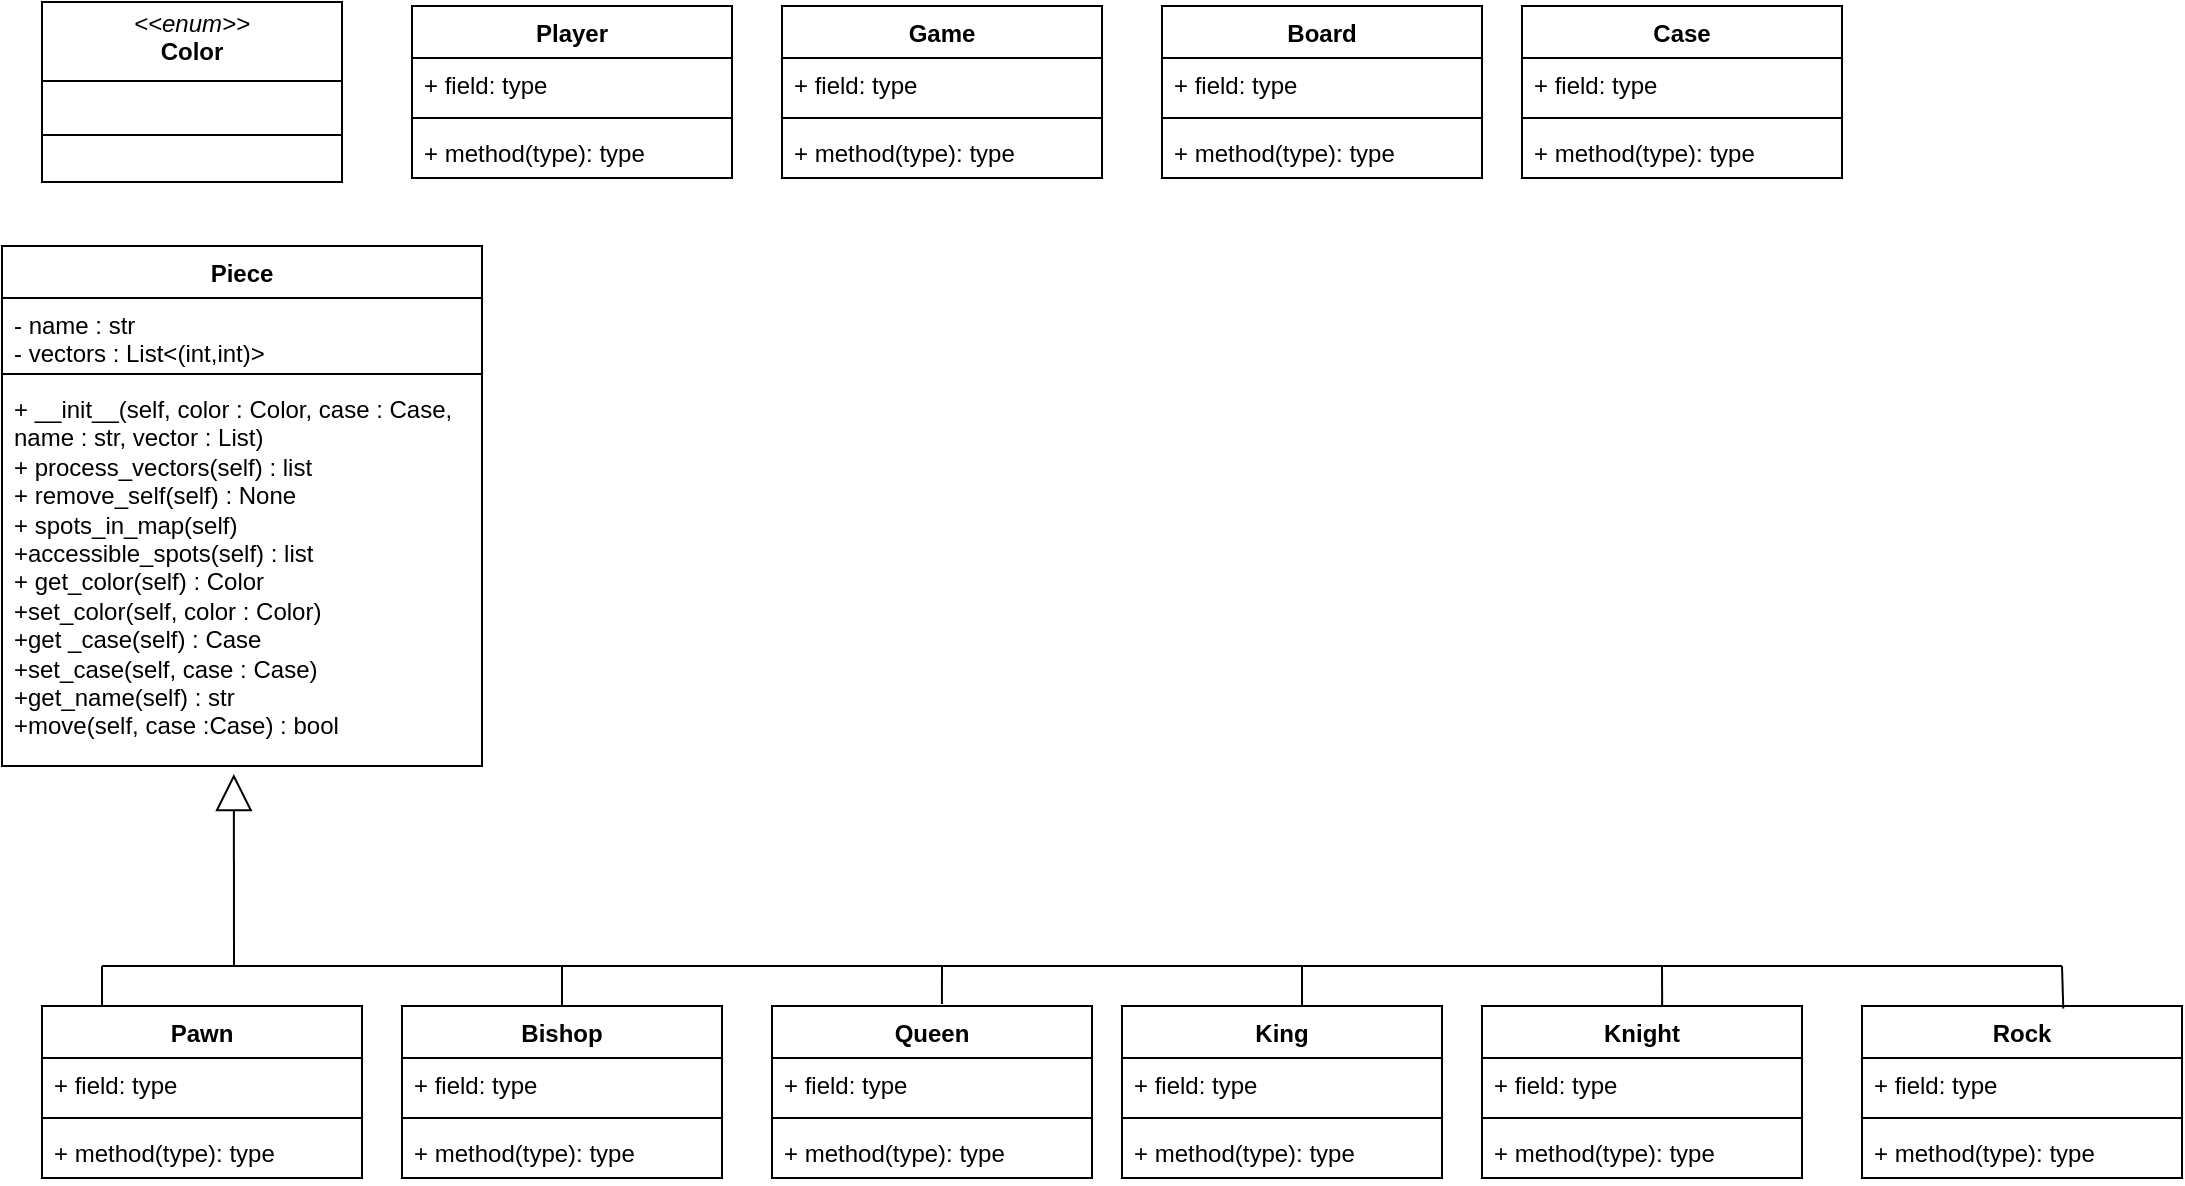
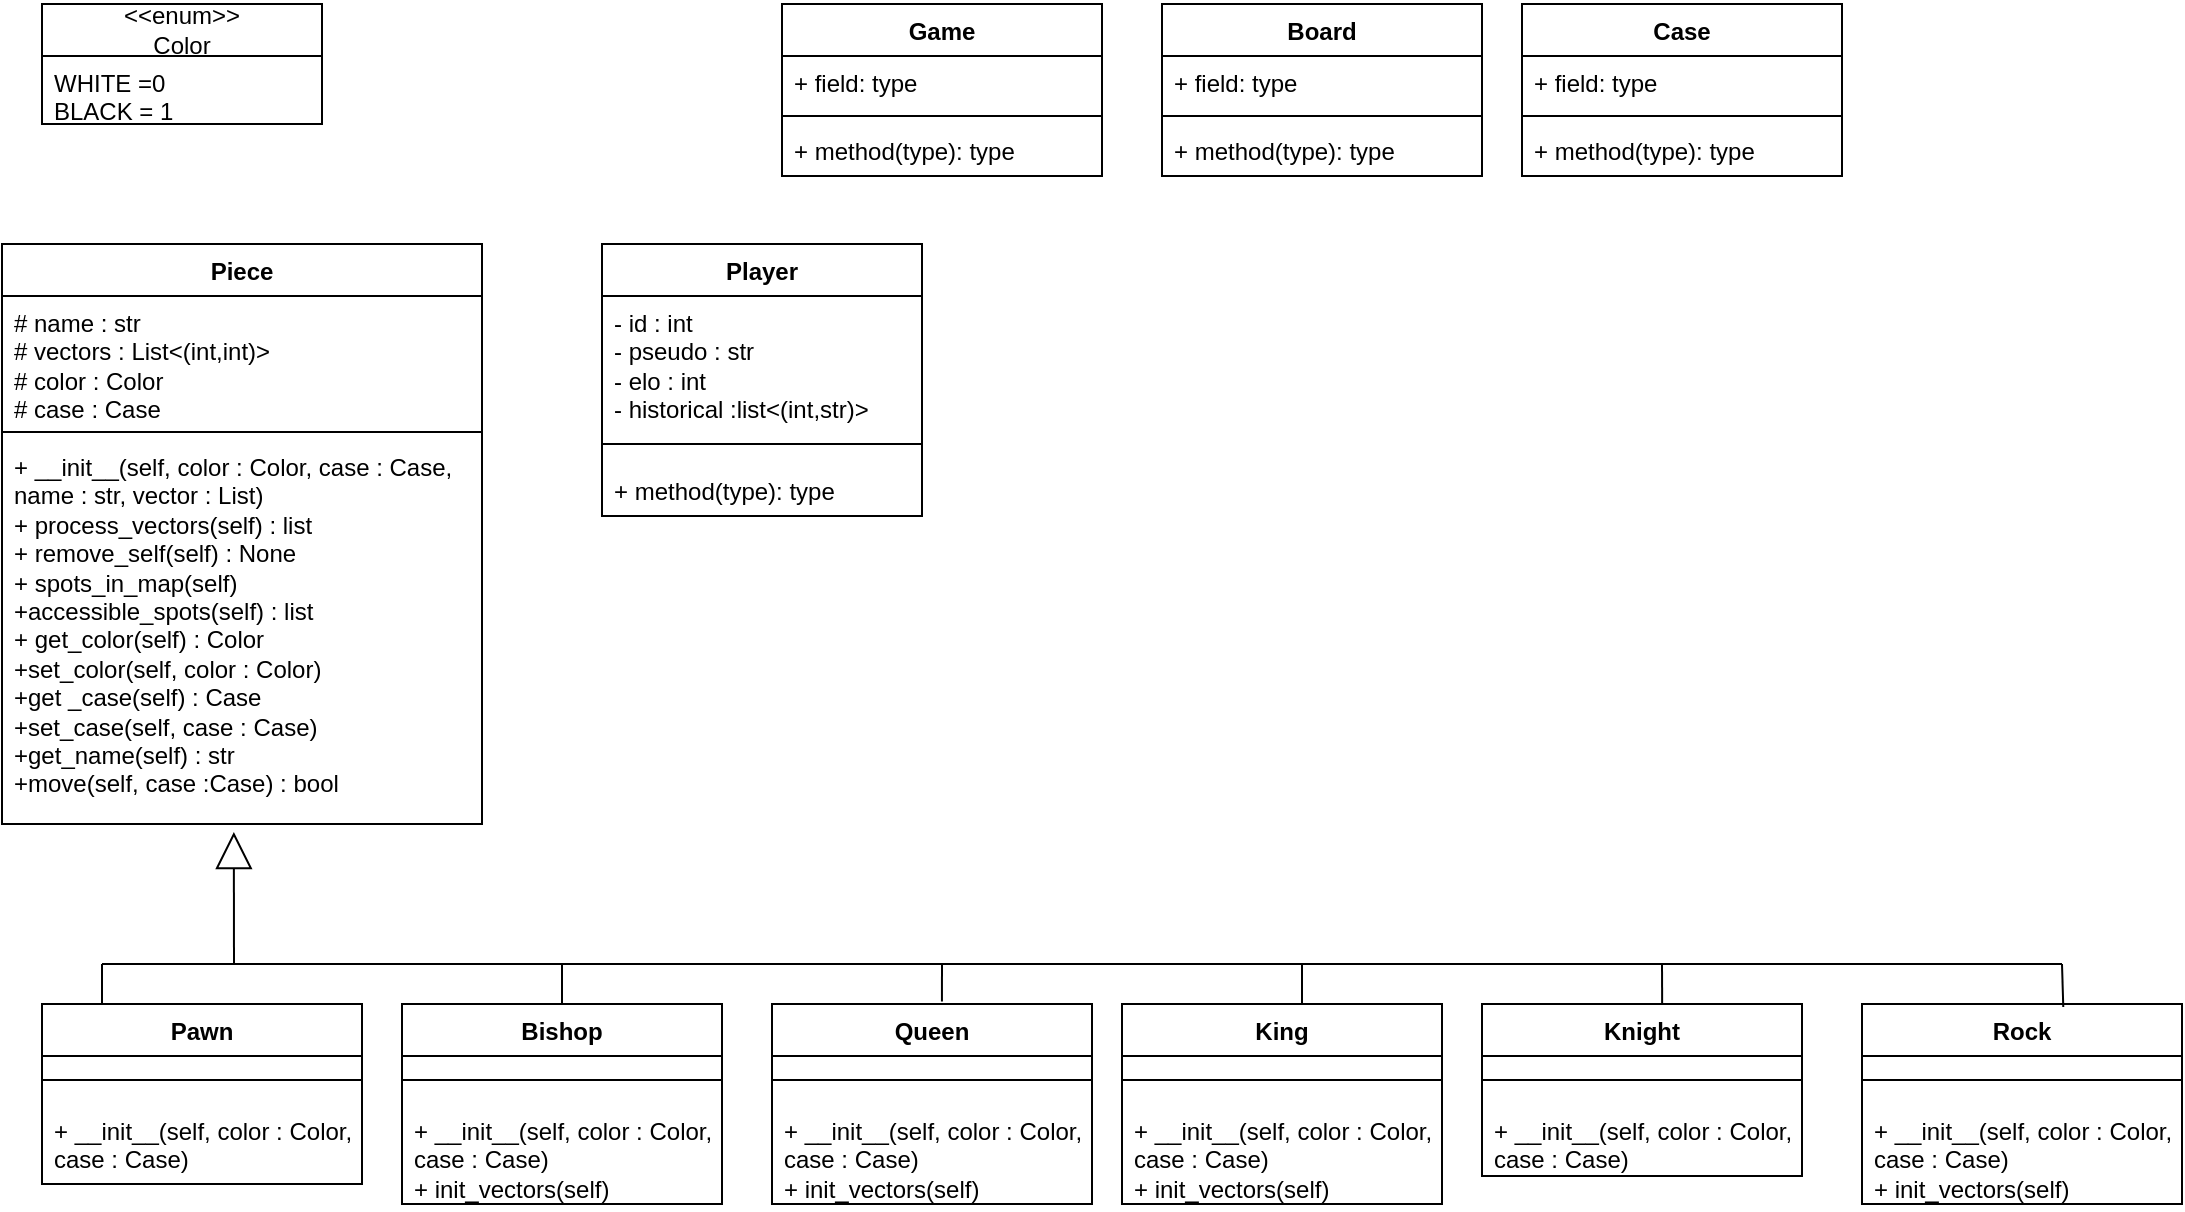
<mxfile host="app.diagrams.net" agent="Mozilla/5.0 (X11; Linux x86_64; rv:146.0) Gecko/20100101 Firefox/146.0" version="29.1.1">
  <diagram name="Page-1" id="ue2nzu8fp39hdbNQRuWm">
-     <mxGraphModel dx="877" dy="557" grid="1" gridSize="10" guides="1" tooltips="1" connect="1" arrows="1" fold="1" page="1" pageScale="1" pageWidth="1169" pageHeight="1654" math="0" shadow="0">
+     <mxGraphModel dx="1053" dy="668" grid="1" gridSize="10" guides="1" tooltips="1" connect="1" arrows="1" fold="1" page="1" pageScale="1" pageWidth="1169" pageHeight="1654" math="0" shadow="0">
      <root>
        <mxCell id="0" />
        <mxCell id="1" parent="0" />
        <mxCell id="S0ea2ZYKpIamfI4VXVso-1" parent="1" style="swimlane;fontStyle=1;align=center;verticalAlign=top;childLayout=stackLayout;horizontal=1;startSize=26;horizontalStack=0;resizeParent=1;resizeParentMax=0;resizeLast=0;collapsible=1;marginBottom=0;whiteSpace=wrap;html=1;" value="Player" vertex="1">
-           <mxGeometry height="86" width="160" x="255" y="120" as="geometry" />
+           <mxGeometry height="136" width="160" x="350" y="240" as="geometry" />
        </mxCell>
-         <mxCell id="S0ea2ZYKpIamfI4VXVso-2" parent="S0ea2ZYKpIamfI4VXVso-1" style="text;strokeColor=none;fillColor=none;align=left;verticalAlign=top;spacingLeft=4;spacingRight=4;overflow=hidden;rotatable=0;points=[[0,0.5],[1,0.5]];portConstraint=eastwest;whiteSpace=wrap;html=1;" value="+ field: type" vertex="1">
-           <mxGeometry height="26" width="160" y="26" as="geometry" />
+         <mxCell id="S0ea2ZYKpIamfI4VXVso-2" parent="S0ea2ZYKpIamfI4VXVso-1" style="text;strokeColor=none;fillColor=none;align=left;verticalAlign=top;spacingLeft=4;spacingRight=4;overflow=hidden;rotatable=0;points=[[0,0.5],[1,0.5]];portConstraint=eastwest;whiteSpace=wrap;html=1;" value="&lt;div&gt;- id : int&lt;/div&gt;&lt;div&gt;- pseudo : str&lt;/div&gt;&lt;div&gt;- elo : int&lt;/div&gt;&lt;div&gt;- historical :list&amp;lt;(int,str)&amp;gt;&lt;/div&gt;" vertex="1">
+           <mxGeometry height="64" width="160" y="26" as="geometry" />
        </mxCell>
        <mxCell id="S0ea2ZYKpIamfI4VXVso-3" parent="S0ea2ZYKpIamfI4VXVso-1" style="line;strokeWidth=1;fillColor=none;align=left;verticalAlign=middle;spacingTop=-1;spacingLeft=3;spacingRight=3;rotatable=0;labelPosition=right;points=[];portConstraint=eastwest;strokeColor=inherit;" value="" vertex="1">
-           <mxGeometry height="8" width="160" y="52" as="geometry" />
+           <mxGeometry height="20" width="160" y="90" as="geometry" />
        </mxCell>
        <mxCell id="S0ea2ZYKpIamfI4VXVso-4" parent="S0ea2ZYKpIamfI4VXVso-1" style="text;strokeColor=none;fillColor=none;align=left;verticalAlign=top;spacingLeft=4;spacingRight=4;overflow=hidden;rotatable=0;points=[[0,0.5],[1,0.5]];portConstraint=eastwest;whiteSpace=wrap;html=1;" value="+ method(type): type" vertex="1">
-           <mxGeometry height="26" width="160" y="60" as="geometry" />
+           <mxGeometry height="26" width="160" y="110" as="geometry" />
        </mxCell>
        <mxCell id="S0ea2ZYKpIamfI4VXVso-5" parent="1" style="swimlane;fontStyle=1;align=center;verticalAlign=top;childLayout=stackLayout;horizontal=1;startSize=26;horizontalStack=0;resizeParent=1;resizeParentMax=0;resizeLast=0;collapsible=1;marginBottom=0;whiteSpace=wrap;html=1;" value="Game" vertex="1">
          <mxGeometry height="86" width="160" x="440" y="120" as="geometry" />
        </mxCell>
        <mxCell id="S0ea2ZYKpIamfI4VXVso-6" parent="S0ea2ZYKpIamfI4VXVso-5" style="text;strokeColor=none;fillColor=none;align=left;verticalAlign=top;spacingLeft=4;spacingRight=4;overflow=hidden;rotatable=0;points=[[0,0.5],[1,0.5]];portConstraint=eastwest;whiteSpace=wrap;html=1;" value="+ field: type" vertex="1">
          <mxGeometry height="26" width="160" y="26" as="geometry" />
        </mxCell>
        <mxCell id="S0ea2ZYKpIamfI4VXVso-7" parent="S0ea2ZYKpIamfI4VXVso-5" style="line;strokeWidth=1;fillColor=none;align=left;verticalAlign=middle;spacingTop=-1;spacingLeft=3;spacingRight=3;rotatable=0;labelPosition=right;points=[];portConstraint=eastwest;strokeColor=inherit;" value="" vertex="1">
          <mxGeometry height="8" width="160" y="52" as="geometry" />
        </mxCell>
        <mxCell id="S0ea2ZYKpIamfI4VXVso-8" parent="S0ea2ZYKpIamfI4VXVso-5" style="text;strokeColor=none;fillColor=none;align=left;verticalAlign=top;spacingLeft=4;spacingRight=4;overflow=hidden;rotatable=0;points=[[0,0.5],[1,0.5]];portConstraint=eastwest;whiteSpace=wrap;html=1;" value="+ method(type): type" vertex="1">
          <mxGeometry height="26" width="160" y="60" as="geometry" />
        </mxCell>
        <mxCell id="S0ea2ZYKpIamfI4VXVso-9" parent="1" style="swimlane;fontStyle=1;align=center;verticalAlign=top;childLayout=stackLayout;horizontal=1;startSize=26;horizontalStack=0;resizeParent=1;resizeParentMax=0;resizeLast=0;collapsible=1;marginBottom=0;whiteSpace=wrap;html=1;" value="Board" vertex="1">
          <mxGeometry height="86" width="160" x="630" y="120" as="geometry" />
        </mxCell>
        <mxCell id="S0ea2ZYKpIamfI4VXVso-10" parent="S0ea2ZYKpIamfI4VXVso-9" style="text;strokeColor=none;fillColor=none;align=left;verticalAlign=top;spacingLeft=4;spacingRight=4;overflow=hidden;rotatable=0;points=[[0,0.5],[1,0.5]];portConstraint=eastwest;whiteSpace=wrap;html=1;" value="+ field: type" vertex="1">
          <mxGeometry height="26" width="160" y="26" as="geometry" />
        </mxCell>
        <mxCell id="S0ea2ZYKpIamfI4VXVso-11" parent="S0ea2ZYKpIamfI4VXVso-9" style="line;strokeWidth=1;fillColor=none;align=left;verticalAlign=middle;spacingTop=-1;spacingLeft=3;spacingRight=3;rotatable=0;labelPosition=right;points=[];portConstraint=eastwest;strokeColor=inherit;" value="" vertex="1">
          <mxGeometry height="8" width="160" y="52" as="geometry" />
        </mxCell>
        <mxCell id="S0ea2ZYKpIamfI4VXVso-12" parent="S0ea2ZYKpIamfI4VXVso-9" style="text;strokeColor=none;fillColor=none;align=left;verticalAlign=top;spacingLeft=4;spacingRight=4;overflow=hidden;rotatable=0;points=[[0,0.5],[1,0.5]];portConstraint=eastwest;whiteSpace=wrap;html=1;" value="+ method(type): type" vertex="1">
          <mxGeometry height="26" width="160" y="60" as="geometry" />
        </mxCell>
-         <mxCell id="S0ea2ZYKpIamfI4VXVso-13" parent="1" style="verticalAlign=top;align=left;overflow=fill;html=1;whiteSpace=wrap;" value="&lt;p style=&quot;margin:0px;margin-top:4px;text-align:center;&quot;&gt;&lt;i&gt;&amp;lt;&amp;lt;enum&amp;gt;&amp;gt;&lt;/i&gt;&lt;br&gt;&lt;b&gt;Color&lt;/b&gt;&lt;/p&gt;&lt;hr size=&quot;1&quot; style=&quot;border-style:solid;&quot;&gt;&lt;br&gt;&lt;hr size=&quot;1&quot; style=&quot;border-style:solid;&quot;&gt;" vertex="1">
-           <mxGeometry height="90" width="150" x="70" y="118" as="geometry" />
-         </mxCell>
        <mxCell id="S0ea2ZYKpIamfI4VXVso-14" parent="1" style="swimlane;fontStyle=1;align=center;verticalAlign=top;childLayout=stackLayout;horizontal=1;startSize=26;horizontalStack=0;resizeParent=1;resizeParentMax=0;resizeLast=0;collapsible=1;marginBottom=0;whiteSpace=wrap;html=1;" value="Case" vertex="1">
          <mxGeometry height="86" width="160" x="810" y="120" as="geometry" />
        </mxCell>
        <mxCell id="S0ea2ZYKpIamfI4VXVso-15" parent="S0ea2ZYKpIamfI4VXVso-14" style="text;strokeColor=none;fillColor=none;align=left;verticalAlign=top;spacingLeft=4;spacingRight=4;overflow=hidden;rotatable=0;points=[[0,0.5],[1,0.5]];portConstraint=eastwest;whiteSpace=wrap;html=1;" value="+ field: type" vertex="1">
          <mxGeometry height="26" width="160" y="26" as="geometry" />
        </mxCell>
        <mxCell id="S0ea2ZYKpIamfI4VXVso-16" parent="S0ea2ZYKpIamfI4VXVso-14" style="line;strokeWidth=1;fillColor=none;align=left;verticalAlign=middle;spacingTop=-1;spacingLeft=3;spacingRight=3;rotatable=0;labelPosition=right;points=[];portConstraint=eastwest;strokeColor=inherit;" value="" vertex="1">
          <mxGeometry height="8" width="160" y="52" as="geometry" />
        </mxCell>
        <mxCell id="S0ea2ZYKpIamfI4VXVso-17" parent="S0ea2ZYKpIamfI4VXVso-14" style="text;strokeColor=none;fillColor=none;align=left;verticalAlign=top;spacingLeft=4;spacingRight=4;overflow=hidden;rotatable=0;points=[[0,0.5],[1,0.5]];portConstraint=eastwest;whiteSpace=wrap;html=1;" value="+ method(type): type" vertex="1">
          <mxGeometry height="26" width="160" y="60" as="geometry" />
        </mxCell>
        <mxCell id="S0ea2ZYKpIamfI4VXVso-18" parent="1" style="swimlane;fontStyle=1;align=center;verticalAlign=top;childLayout=stackLayout;horizontal=1;startSize=26;horizontalStack=0;resizeParent=1;resizeParentMax=0;resizeLast=0;collapsible=1;marginBottom=0;whiteSpace=wrap;html=1;" value="Piece" vertex="1">
-           <mxGeometry height="260" width="240" x="50" y="240" as="geometry" />
+           <mxGeometry height="290" width="240" x="50" y="240" as="geometry" />
        </mxCell>
-         <mxCell id="S0ea2ZYKpIamfI4VXVso-19" parent="S0ea2ZYKpIamfI4VXVso-18" style="text;strokeColor=none;fillColor=none;align=left;verticalAlign=top;spacingLeft=4;spacingRight=4;overflow=hidden;rotatable=0;points=[[0,0.5],[1,0.5]];portConstraint=eastwest;whiteSpace=wrap;html=1;" value="&lt;div&gt;- name : str&lt;/div&gt;&lt;div&gt;- vectors : List&amp;lt;(int,int)&amp;gt;&lt;/div&gt;" vertex="1">
-           <mxGeometry height="34" width="240" y="26" as="geometry" />
+         <mxCell id="S0ea2ZYKpIamfI4VXVso-19" parent="S0ea2ZYKpIamfI4VXVso-18" style="text;strokeColor=none;fillColor=none;align=left;verticalAlign=top;spacingLeft=4;spacingRight=4;overflow=hidden;rotatable=0;points=[[0,0.5],[1,0.5]];portConstraint=eastwest;whiteSpace=wrap;html=1;" value="&lt;div&gt;# name : str&lt;/div&gt;&lt;div&gt;# vectors : List&amp;lt;(int,int)&amp;gt;&lt;/div&gt;&lt;div&gt;# color : Color&lt;/div&gt;&lt;div&gt;# case : Case&lt;/div&gt;" vertex="1">
+           <mxGeometry height="64" width="240" y="26" as="geometry" />
        </mxCell>
        <mxCell id="S0ea2ZYKpIamfI4VXVso-20" parent="S0ea2ZYKpIamfI4VXVso-18" style="line;strokeWidth=1;fillColor=none;align=left;verticalAlign=middle;spacingTop=-1;spacingLeft=3;spacingRight=3;rotatable=0;labelPosition=right;points=[];portConstraint=eastwest;strokeColor=inherit;" value="" vertex="1">
-           <mxGeometry height="8" width="240" y="60" as="geometry" />
+           <mxGeometry height="8" width="240" y="90" as="geometry" />
        </mxCell>
        <mxCell id="S0ea2ZYKpIamfI4VXVso-21" parent="S0ea2ZYKpIamfI4VXVso-18" style="text;strokeColor=none;fillColor=none;align=left;verticalAlign=top;spacingLeft=4;spacingRight=4;overflow=hidden;rotatable=0;points=[[0,0.5],[1,0.5]];portConstraint=eastwest;whiteSpace=wrap;html=1;" value="&lt;div&gt;+ __init__(self, color : Color, case : Case, name : str, vector : List)&lt;/div&gt;&lt;div&gt;+ process_vectors(self) : list&lt;/div&gt;&lt;div&gt;+ remove_self(self) : None&lt;/div&gt;&lt;div&gt;+ spots_in_map(self)&lt;/div&gt;&lt;div&gt;+accessible_spots(self) : list&lt;/div&gt;&lt;div&gt;+ get_color(self) : Color&lt;/div&gt;&lt;div&gt;+set_color(self, color : Color)&lt;/div&gt;&lt;div&gt;+get _case(self) : Case&lt;/div&gt;&lt;div&gt;+set_case(self, case : Case)&lt;/div&gt;&lt;div&gt;+get_name(self) : str&lt;/div&gt;&lt;div&gt;+move(self, case :Case) : bool&lt;/div&gt;" vertex="1">
-           <mxGeometry height="192" width="240" y="68" as="geometry" />
+           <mxGeometry height="192" width="240" y="98" as="geometry" />
        </mxCell>
        <mxCell id="S0ea2ZYKpIamfI4VXVso-22" parent="1" style="swimlane;fontStyle=1;align=center;verticalAlign=top;childLayout=stackLayout;horizontal=1;startSize=26;horizontalStack=0;resizeParent=1;resizeParentMax=0;resizeLast=0;collapsible=1;marginBottom=0;whiteSpace=wrap;html=1;" value="Pawn" vertex="1">
-           <mxGeometry height="86" width="160" x="70" y="620" as="geometry" />
-         </mxCell>
-         <mxCell id="S0ea2ZYKpIamfI4VXVso-23" parent="S0ea2ZYKpIamfI4VXVso-22" style="text;strokeColor=none;fillColor=none;align=left;verticalAlign=top;spacingLeft=4;spacingRight=4;overflow=hidden;rotatable=0;points=[[0,0.5],[1,0.5]];portConstraint=eastwest;whiteSpace=wrap;html=1;" value="+ field: type" vertex="1">
-           <mxGeometry height="26" width="160" y="26" as="geometry" />
+           <mxGeometry height="90" width="160" x="70" y="620" as="geometry" />
        </mxCell>
        <mxCell id="S0ea2ZYKpIamfI4VXVso-24" parent="S0ea2ZYKpIamfI4VXVso-22" style="line;strokeWidth=1;fillColor=none;align=left;verticalAlign=middle;spacingTop=-1;spacingLeft=3;spacingRight=3;rotatable=0;labelPosition=right;points=[];portConstraint=eastwest;strokeColor=inherit;" value="" vertex="1">
-           <mxGeometry height="8" width="160" y="52" as="geometry" />
+           <mxGeometry height="24" width="160" y="26" as="geometry" />
        </mxCell>
-         <mxCell id="S0ea2ZYKpIamfI4VXVso-25" parent="S0ea2ZYKpIamfI4VXVso-22" style="text;strokeColor=none;fillColor=none;align=left;verticalAlign=top;spacingLeft=4;spacingRight=4;overflow=hidden;rotatable=0;points=[[0,0.5],[1,0.5]];portConstraint=eastwest;whiteSpace=wrap;html=1;" value="+ method(type): type" vertex="1">
-           <mxGeometry height="26" width="160" y="60" as="geometry" />
+         <mxCell id="S0ea2ZYKpIamfI4VXVso-25" parent="S0ea2ZYKpIamfI4VXVso-22" style="text;strokeColor=none;fillColor=none;align=left;verticalAlign=top;spacingLeft=4;spacingRight=4;overflow=hidden;rotatable=0;points=[[0,0.5],[1,0.5]];portConstraint=eastwest;whiteSpace=wrap;html=1;" value="&lt;div&gt;+ __init__(self, color : Color, case : Case)&lt;/div&gt;" vertex="1">
+           <mxGeometry height="40" width="160" y="50" as="geometry" />
        </mxCell>
        <mxCell id="S0ea2ZYKpIamfI4VXVso-27" parent="1" style="swimlane;fontStyle=1;align=center;verticalAlign=top;childLayout=stackLayout;horizontal=1;startSize=26;horizontalStack=0;resizeParent=1;resizeParentMax=0;resizeLast=0;collapsible=1;marginBottom=0;whiteSpace=wrap;html=1;" value="Bishop" vertex="1">
-           <mxGeometry height="86" width="160" x="250" y="620" as="geometry" />
-         </mxCell>
-         <mxCell id="S0ea2ZYKpIamfI4VXVso-28" parent="S0ea2ZYKpIamfI4VXVso-27" style="text;strokeColor=none;fillColor=none;align=left;verticalAlign=top;spacingLeft=4;spacingRight=4;overflow=hidden;rotatable=0;points=[[0,0.5],[1,0.5]];portConstraint=eastwest;whiteSpace=wrap;html=1;" value="+ field: type" vertex="1">
-           <mxGeometry height="26" width="160" y="26" as="geometry" />
+           <mxGeometry height="100" width="160" x="250" y="620" as="geometry" />
        </mxCell>
        <mxCell id="S0ea2ZYKpIamfI4VXVso-29" parent="S0ea2ZYKpIamfI4VXVso-27" style="line;strokeWidth=1;fillColor=none;align=left;verticalAlign=middle;spacingTop=-1;spacingLeft=3;spacingRight=3;rotatable=0;labelPosition=right;points=[];portConstraint=eastwest;strokeColor=inherit;" value="" vertex="1">
-           <mxGeometry height="8" width="160" y="52" as="geometry" />
+           <mxGeometry height="24" width="160" y="26" as="geometry" />
        </mxCell>
-         <mxCell id="S0ea2ZYKpIamfI4VXVso-30" parent="S0ea2ZYKpIamfI4VXVso-27" style="text;strokeColor=none;fillColor=none;align=left;verticalAlign=top;spacingLeft=4;spacingRight=4;overflow=hidden;rotatable=0;points=[[0,0.5],[1,0.5]];portConstraint=eastwest;whiteSpace=wrap;html=1;" value="+ method(type): type" vertex="1">
-           <mxGeometry height="26" width="160" y="60" as="geometry" />
+         <mxCell id="S0ea2ZYKpIamfI4VXVso-30" parent="S0ea2ZYKpIamfI4VXVso-27" style="text;strokeColor=none;fillColor=none;align=left;verticalAlign=top;spacingLeft=4;spacingRight=4;overflow=hidden;rotatable=0;points=[[0,0.5],[1,0.5]];portConstraint=eastwest;whiteSpace=wrap;html=1;" value="&lt;div&gt;+ __init__(self, color : Color, case : Case)&lt;/div&gt;&lt;div&gt;+ init_vectors(self)&lt;/div&gt;" vertex="1">
+           <mxGeometry height="50" width="160" y="50" as="geometry" />
        </mxCell>
        <mxCell id="S0ea2ZYKpIamfI4VXVso-31" parent="1" style="swimlane;fontStyle=1;align=center;verticalAlign=top;childLayout=stackLayout;horizontal=1;startSize=26;horizontalStack=0;resizeParent=1;resizeParentMax=0;resizeLast=0;collapsible=1;marginBottom=0;whiteSpace=wrap;html=1;" value="Queen" vertex="1">
-           <mxGeometry height="86" width="160" x="435" y="620" as="geometry" />
-         </mxCell>
-         <mxCell id="S0ea2ZYKpIamfI4VXVso-32" parent="S0ea2ZYKpIamfI4VXVso-31" style="text;strokeColor=none;fillColor=none;align=left;verticalAlign=top;spacingLeft=4;spacingRight=4;overflow=hidden;rotatable=0;points=[[0,0.5],[1,0.5]];portConstraint=eastwest;whiteSpace=wrap;html=1;" value="+ field: type" vertex="1">
-           <mxGeometry height="26" width="160" y="26" as="geometry" />
+           <mxGeometry height="100" width="160" x="435" y="620" as="geometry" />
        </mxCell>
        <mxCell id="S0ea2ZYKpIamfI4VXVso-33" parent="S0ea2ZYKpIamfI4VXVso-31" style="line;strokeWidth=1;fillColor=none;align=left;verticalAlign=middle;spacingTop=-1;spacingLeft=3;spacingRight=3;rotatable=0;labelPosition=right;points=[];portConstraint=eastwest;strokeColor=inherit;" value="" vertex="1">
-           <mxGeometry height="8" width="160" y="52" as="geometry" />
+           <mxGeometry height="24" width="160" y="26" as="geometry" />
        </mxCell>
-         <mxCell id="S0ea2ZYKpIamfI4VXVso-34" parent="S0ea2ZYKpIamfI4VXVso-31" style="text;strokeColor=none;fillColor=none;align=left;verticalAlign=top;spacingLeft=4;spacingRight=4;overflow=hidden;rotatable=0;points=[[0,0.5],[1,0.5]];portConstraint=eastwest;whiteSpace=wrap;html=1;" value="+ method(type): type" vertex="1">
-           <mxGeometry height="26" width="160" y="60" as="geometry" />
+         <mxCell id="S0ea2ZYKpIamfI4VXVso-34" parent="S0ea2ZYKpIamfI4VXVso-31" style="text;strokeColor=none;fillColor=none;align=left;verticalAlign=top;spacingLeft=4;spacingRight=4;overflow=hidden;rotatable=0;points=[[0,0.5],[1,0.5]];portConstraint=eastwest;whiteSpace=wrap;html=1;" value="&lt;div&gt;+ __init__(self, color : Color, case : Case)&lt;/div&gt;&lt;div&gt;+ init_vectors(self)&lt;/div&gt;" vertex="1">
+           <mxGeometry height="50" width="160" y="50" as="geometry" />
        </mxCell>
        <mxCell id="S0ea2ZYKpIamfI4VXVso-35" parent="1" style="swimlane;fontStyle=1;align=center;verticalAlign=top;childLayout=stackLayout;horizontal=1;startSize=26;horizontalStack=0;resizeParent=1;resizeParentMax=0;resizeLast=0;collapsible=1;marginBottom=0;whiteSpace=wrap;html=1;" value="King" vertex="1">
-           <mxGeometry height="86" width="160" x="610" y="620" as="geometry" />
-         </mxCell>
-         <mxCell id="S0ea2ZYKpIamfI4VXVso-36" parent="S0ea2ZYKpIamfI4VXVso-35" style="text;strokeColor=none;fillColor=none;align=left;verticalAlign=top;spacingLeft=4;spacingRight=4;overflow=hidden;rotatable=0;points=[[0,0.5],[1,0.5]];portConstraint=eastwest;whiteSpace=wrap;html=1;" value="+ field: type" vertex="1">
-           <mxGeometry height="26" width="160" y="26" as="geometry" />
+           <mxGeometry height="100" width="160" x="610" y="620" as="geometry" />
        </mxCell>
        <mxCell id="S0ea2ZYKpIamfI4VXVso-37" parent="S0ea2ZYKpIamfI4VXVso-35" style="line;strokeWidth=1;fillColor=none;align=left;verticalAlign=middle;spacingTop=-1;spacingLeft=3;spacingRight=3;rotatable=0;labelPosition=right;points=[];portConstraint=eastwest;strokeColor=inherit;" value="" vertex="1">
-           <mxGeometry height="8" width="160" y="52" as="geometry" />
+           <mxGeometry height="24" width="160" y="26" as="geometry" />
        </mxCell>
-         <mxCell id="S0ea2ZYKpIamfI4VXVso-38" parent="S0ea2ZYKpIamfI4VXVso-35" style="text;strokeColor=none;fillColor=none;align=left;verticalAlign=top;spacingLeft=4;spacingRight=4;overflow=hidden;rotatable=0;points=[[0,0.5],[1,0.5]];portConstraint=eastwest;whiteSpace=wrap;html=1;" value="+ method(type): type" vertex="1">
-           <mxGeometry height="26" width="160" y="60" as="geometry" />
+         <mxCell id="S0ea2ZYKpIamfI4VXVso-38" parent="S0ea2ZYKpIamfI4VXVso-35" style="text;strokeColor=none;fillColor=none;align=left;verticalAlign=top;spacingLeft=4;spacingRight=4;overflow=hidden;rotatable=0;points=[[0,0.5],[1,0.5]];portConstraint=eastwest;whiteSpace=wrap;html=1;" value="&lt;div&gt;+ __init__(self, color : Color, case : Case)&lt;/div&gt;&lt;div&gt;+ init_vectors(self)&lt;/div&gt;" vertex="1">
+           <mxGeometry height="50" width="160" y="50" as="geometry" />
        </mxCell>
        <mxCell id="S0ea2ZYKpIamfI4VXVso-39" parent="1" style="swimlane;fontStyle=1;align=center;verticalAlign=top;childLayout=stackLayout;horizontal=1;startSize=26;horizontalStack=0;resizeParent=1;resizeParentMax=0;resizeLast=0;collapsible=1;marginBottom=0;whiteSpace=wrap;html=1;" value="Knight" vertex="1">
          <mxGeometry height="86" width="160" x="790" y="620" as="geometry" />
        </mxCell>
-         <mxCell id="S0ea2ZYKpIamfI4VXVso-40" parent="S0ea2ZYKpIamfI4VXVso-39" style="text;strokeColor=none;fillColor=none;align=left;verticalAlign=top;spacingLeft=4;spacingRight=4;overflow=hidden;rotatable=0;points=[[0,0.5],[1,0.5]];portConstraint=eastwest;whiteSpace=wrap;html=1;" value="+ field: type" vertex="1">
-           <mxGeometry height="26" width="160" y="26" as="geometry" />
+         <mxCell id="S0ea2ZYKpIamfI4VXVso-41" parent="S0ea2ZYKpIamfI4VXVso-39" style="line;strokeWidth=1;fillColor=none;align=left;verticalAlign=middle;spacingTop=-1;spacingLeft=3;spacingRight=3;rotatable=0;labelPosition=right;points=[];portConstraint=eastwest;strokeColor=inherit;" value="" vertex="1">
+           <mxGeometry height="24" width="160" y="26" as="geometry" />
        </mxCell>
-         <mxCell id="S0ea2ZYKpIamfI4VXVso-41" parent="S0ea2ZYKpIamfI4VXVso-39" style="line;strokeWidth=1;fillColor=none;align=left;verticalAlign=middle;spacingTop=-1;spacingLeft=3;spacingRight=3;rotatable=0;labelPosition=right;points=[];portConstraint=eastwest;strokeColor=inherit;" value="" vertex="1">
-           <mxGeometry height="8" width="160" y="52" as="geometry" />
-         </mxCell>
-         <mxCell id="S0ea2ZYKpIamfI4VXVso-42" parent="S0ea2ZYKpIamfI4VXVso-39" style="text;strokeColor=none;fillColor=none;align=left;verticalAlign=top;spacingLeft=4;spacingRight=4;overflow=hidden;rotatable=0;points=[[0,0.5],[1,0.5]];portConstraint=eastwest;whiteSpace=wrap;html=1;" value="+ method(type): type" vertex="1">
-           <mxGeometry height="26" width="160" y="60" as="geometry" />
+         <mxCell id="S0ea2ZYKpIamfI4VXVso-42" parent="S0ea2ZYKpIamfI4VXVso-39" style="text;strokeColor=none;fillColor=none;align=left;verticalAlign=top;spacingLeft=4;spacingRight=4;overflow=hidden;rotatable=0;points=[[0,0.5],[1,0.5]];portConstraint=eastwest;whiteSpace=wrap;html=1;" value="&lt;div&gt;+ __init__(self, color : Color, case : Case)&lt;/div&gt;" vertex="1">
+           <mxGeometry height="36" width="160" y="50" as="geometry" />
        </mxCell>
        <mxCell id="S0ea2ZYKpIamfI4VXVso-43" parent="1" style="swimlane;fontStyle=1;align=center;verticalAlign=top;childLayout=stackLayout;horizontal=1;startSize=26;horizontalStack=0;resizeParent=1;resizeParentMax=0;resizeLast=0;collapsible=1;marginBottom=0;whiteSpace=wrap;html=1;" value="Rock" vertex="1">
-           <mxGeometry height="86" width="160" x="980" y="620" as="geometry" />
-         </mxCell>
-         <mxCell id="S0ea2ZYKpIamfI4VXVso-44" parent="S0ea2ZYKpIamfI4VXVso-43" style="text;strokeColor=none;fillColor=none;align=left;verticalAlign=top;spacingLeft=4;spacingRight=4;overflow=hidden;rotatable=0;points=[[0,0.5],[1,0.5]];portConstraint=eastwest;whiteSpace=wrap;html=1;" value="+ field: type" vertex="1">
-           <mxGeometry height="26" width="160" y="26" as="geometry" />
+           <mxGeometry height="100" width="160" x="980" y="620" as="geometry" />
        </mxCell>
        <mxCell id="S0ea2ZYKpIamfI4VXVso-45" parent="S0ea2ZYKpIamfI4VXVso-43" style="line;strokeWidth=1;fillColor=none;align=left;verticalAlign=middle;spacingTop=-1;spacingLeft=3;spacingRight=3;rotatable=0;labelPosition=right;points=[];portConstraint=eastwest;strokeColor=inherit;" value="" vertex="1">
-           <mxGeometry height="8" width="160" y="52" as="geometry" />
+           <mxGeometry height="24" width="160" y="26" as="geometry" />
        </mxCell>
-         <mxCell id="S0ea2ZYKpIamfI4VXVso-46" parent="S0ea2ZYKpIamfI4VXVso-43" style="text;strokeColor=none;fillColor=none;align=left;verticalAlign=top;spacingLeft=4;spacingRight=4;overflow=hidden;rotatable=0;points=[[0,0.5],[1,0.5]];portConstraint=eastwest;whiteSpace=wrap;html=1;" value="+ method(type): type" vertex="1">
-           <mxGeometry height="26" width="160" y="60" as="geometry" />
+         <mxCell id="S0ea2ZYKpIamfI4VXVso-46" parent="S0ea2ZYKpIamfI4VXVso-43" style="text;strokeColor=none;fillColor=none;align=left;verticalAlign=top;spacingLeft=4;spacingRight=4;overflow=hidden;rotatable=0;points=[[0,0.5],[1,0.5]];portConstraint=eastwest;whiteSpace=wrap;html=1;" value="&lt;div&gt;+ __init__(self, color : Color, case : Case)&lt;/div&gt;&lt;div&gt;+ init_vectors(self)&lt;/div&gt;" vertex="1">
+           <mxGeometry height="50" width="160" y="50" as="geometry" />
        </mxCell>
        <mxCell id="RvrVx3QbLvxbVOcMWla0-1" edge="1" parent="1" style="endArrow=block;endSize=16;endFill=0;html=1;rounded=0;entryX=0.483;entryY=1.021;entryDx=0;entryDy=0;entryPerimeter=0;" target="S0ea2ZYKpIamfI4VXVso-21" value="">
          <mxGeometry relative="1" width="160" as="geometry">
            <mxPoint x="166" y="600" as="sourcePoint" />
            <mxPoint x="390" y="570" as="targetPoint" />
          </mxGeometry>
        </mxCell>
        <mxCell id="RvrVx3QbLvxbVOcMWla0-3" edge="1" parent="1" style="endArrow=none;html=1;rounded=0;" value="">
          <mxGeometry height="50" relative="1" width="50" as="geometry">
            <mxPoint x="100" y="600" as="sourcePoint" />
            <mxPoint x="1080" y="600" as="targetPoint" />
          </mxGeometry>
        </mxCell>
        <mxCell id="RvrVx3QbLvxbVOcMWla0-4" edge="1" parent="1" style="endArrow=none;html=1;rounded=0;" value="">
          <mxGeometry height="50" relative="1" width="50" as="geometry">
            <mxPoint x="100" y="620" as="sourcePoint" />
            <mxPoint x="100" y="600" as="targetPoint" />
          </mxGeometry>
        </mxCell>
        <mxCell id="RvrVx3QbLvxbVOcMWla0-5" edge="1" parent="1" source="S0ea2ZYKpIamfI4VXVso-27" style="endArrow=none;html=1;rounded=0;exitX=0.5;exitY=0;exitDx=0;exitDy=0;" value="">
          <mxGeometry height="50" relative="1" width="50" as="geometry">
            <mxPoint x="110" y="630" as="sourcePoint" />
            <mxPoint x="330" y="600" as="targetPoint" />
          </mxGeometry>
        </mxCell>
        <mxCell id="RvrVx3QbLvxbVOcMWla0-7" edge="1" parent="1" source="S0ea2ZYKpIamfI4VXVso-31" style="endArrow=none;html=1;rounded=0;exitX=0.531;exitY=-0.012;exitDx=0;exitDy=0;exitPerimeter=0;" value="">
          <mxGeometry height="50" relative="1" width="50" as="geometry">
            <mxPoint x="340" y="630" as="sourcePoint" />
            <mxPoint x="520" y="600" as="targetPoint" />
          </mxGeometry>
        </mxCell>
        <mxCell id="RvrVx3QbLvxbVOcMWla0-8" edge="1" parent="1" style="endArrow=none;html=1;rounded=0;" value="">
          <mxGeometry height="50" relative="1" width="50" as="geometry">
            <mxPoint x="700" y="620" as="sourcePoint" />
            <mxPoint x="700" y="600" as="targetPoint" />
          </mxGeometry>
        </mxCell>
        <mxCell id="RvrVx3QbLvxbVOcMWla0-9" edge="1" parent="1" source="S0ea2ZYKpIamfI4VXVso-39" style="endArrow=none;html=1;rounded=0;exitX=0.563;exitY=-0.005;exitDx=0;exitDy=0;exitPerimeter=0;" value="">
          <mxGeometry height="50" relative="1" width="50" as="geometry">
            <mxPoint x="710" y="630" as="sourcePoint" />
            <mxPoint x="880" y="600" as="targetPoint" />
          </mxGeometry>
        </mxCell>
        <mxCell id="RvrVx3QbLvxbVOcMWla0-10" edge="1" parent="1" source="S0ea2ZYKpIamfI4VXVso-43" style="endArrow=none;html=1;rounded=0;exitX=0.629;exitY=0.015;exitDx=0;exitDy=0;exitPerimeter=0;" value="">
          <mxGeometry height="50" relative="1" width="50" as="geometry">
            <mxPoint x="1060" y="618" as="sourcePoint" />
            <mxPoint x="1080" y="600" as="targetPoint" />
          </mxGeometry>
        </mxCell>
+         <mxCell id="RvrVx3QbLvxbVOcMWla0-11" parent="1" style="swimlane;fontStyle=0;childLayout=stackLayout;horizontal=1;startSize=26;fillColor=none;horizontalStack=0;resizeParent=1;resizeParentMax=0;resizeLast=0;collapsible=1;marginBottom=0;whiteSpace=wrap;html=1;" value="&amp;lt;&amp;lt;enum&amp;gt;&amp;gt;&lt;br&gt;Color" vertex="1">
+           <mxGeometry height="60" width="140" x="70" y="120" as="geometry" />
+         </mxCell>
+         <mxCell id="RvrVx3QbLvxbVOcMWla0-12" parent="RvrVx3QbLvxbVOcMWla0-11" style="text;strokeColor=none;fillColor=none;align=left;verticalAlign=top;spacingLeft=4;spacingRight=4;overflow=hidden;rotatable=0;points=[[0,0.5],[1,0.5]];portConstraint=eastwest;whiteSpace=wrap;html=1;" value="&lt;div&gt;WHITE =0&lt;/div&gt;&lt;div&gt;BLACK = 1&lt;/div&gt;" vertex="1">
+           <mxGeometry height="34" width="140" y="26" as="geometry" />
+         </mxCell>
      </root>
    </mxGraphModel>
  </diagram>
</mxfile>
